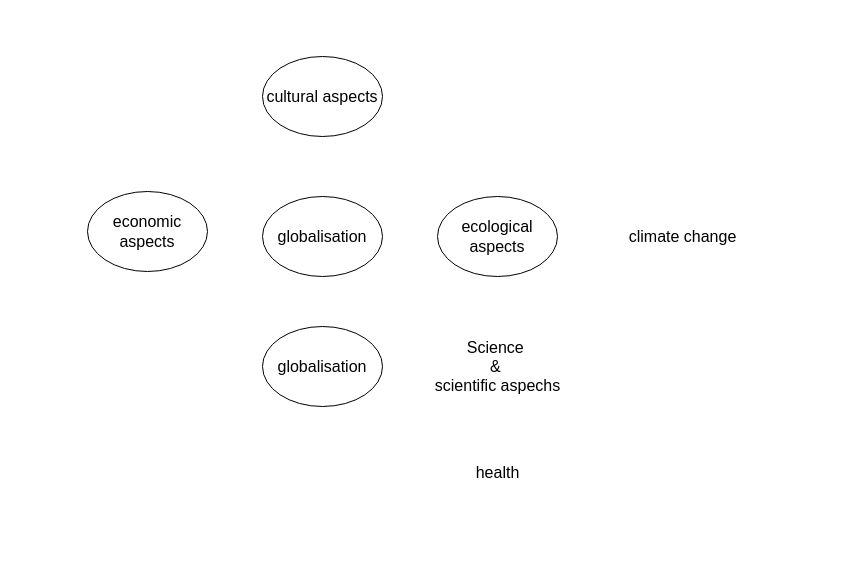
This is _Sonstige_/Diagramme/XML/Mind map Globalisation.drawio from Maxbleibtgeheim/WBS-Norderstedt, a draw.io file, before an edit. Source tidied: cells renumbered, new cells numbered last; positions are measured from the earlier drawing's top-left corner, leaving out a move shared by most shapes. Both pictures are drawn from the tidied source at 100%, with x=0, y=0 at pixel (87, 56).
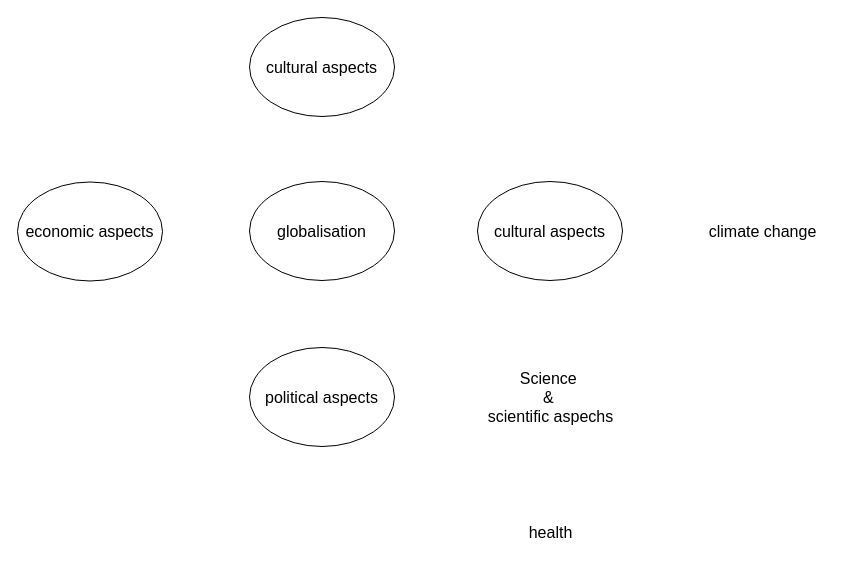
The same page after the edit.

Commit message (it also covers changes not shown here):
vault backup: 26.09.2024 08:14:16

Affected files:
_Sonstige_/Diagramme/XML/.$Mind map Globalisation.drawio.bkp
_Sonstige_/Diagramme/XML/.$Mind map Globalisation.drawio.dtmp
_Sonstige_/Diagramme/XML/Mind map Globalisation.drawio

The edit, as a diff of the source:
```diff
@@
 <mxGraphModel>
   <root>
     <mxCell id="0" />
     <mxCell id="1" parent="0" />
-    <mxCell id="2" value="&lt;font style=&quot;font-size: 16px;&quot;&gt;globalisation&lt;/font&gt;" style="ellipse;whiteSpace=wrap;html=1;" parent="1" vertex="1">
-      <mxGeometry x="175" y="140" width="120" height="80" as="geometry" />
-    </mxCell>
-    <mxCell id="3" value="&lt;font style=&quot;font-size: 16px;&quot;&gt;ecological aspects&lt;/font&gt;" style="ellipse;whiteSpace=wrap;html=1;" parent="1" vertex="1">
-      <mxGeometry x="350" y="140" width="120" height="80" as="geometry" />
-    </mxCell>
-    <mxCell id="4" value="&lt;font style=&quot;font-size: 16px;&quot;&gt;economic aspects&lt;/font&gt;" style="ellipse;whiteSpace=wrap;html=1;" parent="1" vertex="1">
-      <mxGeometry y="135" width="120" height="80" as="geometry" />
-    </mxCell>
     <mxCell id="5" value="&lt;font style=&quot;font-size: 16px;&quot;&gt;cultural aspects&lt;/font&gt;" style="ellipse;whiteSpace=wrap;html=1;" parent="1" vertex="1">
-      <mxGeometry x="175" width="120" height="80" as="geometry" />
+      <mxGeometry x="162" y="-39" width="145" height="99" as="geometry" />
     </mxCell>
-    <mxCell id="6" value="&lt;font style=&quot;font-size: 16px;&quot;&gt;globalisation&lt;/font&gt;" style="ellipse;whiteSpace=wrap;html=1;" parent="1" vertex="1">
-      <mxGeometry x="175" y="270" width="120" height="80" as="geometry" />
-    </mxCell>
     <mxCell id="7" value="&lt;font style=&quot;font-size: 16px;&quot;&gt;climate change&lt;/font&gt;" style="text;html=1;align=center;verticalAlign=middle;strokeColor=none;fillColor=none;" parent="1" vertex="1">
-      <mxGeometry x="530" y="165" width="130" height="30" as="geometry" />
+      <mxGeometry x="610" y="160" width="130" height="30" as="geometry" />
     </mxCell>
     <mxCell id="8" value="&lt;div&gt;&lt;span style=&quot;font-size: 16px;&quot;&gt;Science&amp;nbsp;&lt;/span&gt;&lt;/div&gt;&lt;div&gt;&lt;span style=&quot;font-size: 16px;&quot;&gt;&amp;amp;&amp;nbsp;&lt;/span&gt;&lt;/div&gt;&lt;div&gt;&lt;span style=&quot;font-size: 16px;&quot;&gt;scientific aspechs&lt;/span&gt;&lt;/div&gt;" style="text;html=1;align=center;verticalAlign=middle;strokeColor=none;fillColor=none;" parent="1" vertex="1">
-      <mxGeometry x="335" y="275" width="150" height="70" as="geometry" />
+      <mxGeometry x="387.5" y="305.5" width="150" height="70" as="geometry" />
     </mxCell>
     <mxCell id="9" value="&lt;span style=&quot;font-size: 16px;&quot;&gt;health&lt;/span&gt;" style="text;html=1;align=center;verticalAlign=middle;strokeColor=none;fillColor=none;" parent="1" vertex="1">
-      <mxGeometry x="375" y="401" width="70" height="30" as="geometry" />
+      <mxGeometry x="427.5" y="461" width="70" height="30" as="geometry" />
     </mxCell>
+    <mxCell id="10" value="&lt;span style=&quot;font-size: 16px;&quot;&gt;globalisation&lt;/span&gt;" style="ellipse;whiteSpace=wrap;html=1;" parent="1" vertex="1">
+      <mxGeometry x="162" y="125" width="145" height="99" as="geometry" />
+    </mxCell>
+    <mxCell id="11" value="&lt;span style=&quot;font-size: 16px;&quot;&gt;political aspects&lt;/span&gt;" style="ellipse;whiteSpace=wrap;html=1;" parent="1" vertex="1">
+      <mxGeometry x="162" y="291" width="145" height="99" as="geometry" />
+    </mxCell>
+    <mxCell id="12" value="&lt;font style=&quot;font-size: 16px;&quot;&gt;cultural aspects&lt;/font&gt;" style="ellipse;whiteSpace=wrap;html=1;" parent="1" vertex="1">
+      <mxGeometry x="390" y="125" width="145" height="99" as="geometry" />
+    </mxCell>
+    <mxCell id="4" value="&lt;span style=&quot;font-size: 16px;&quot;&gt;economic aspects&lt;/span&gt;" style="ellipse;whiteSpace=wrap;html=1;" parent="1" vertex="1">
+      <mxGeometry x="-70" y="125.5" width="145" height="99" as="geometry" />
+    </mxCell>
   </root>
 </mxGraphModel>
```
